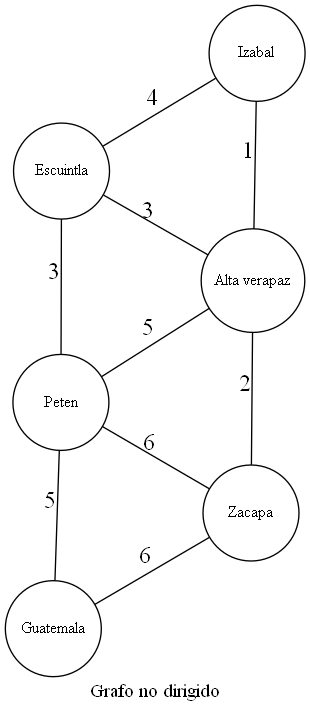
Above: FASE 3/GrafoNoDirigido.png in Henry2311/EDD_PROYECTO_202004810 (Graphviz), before the change. Its source is kept beside it as FASE 3/GrafoNoDirigido.dot. Source of this version:
```dot
digraph G {
node [shape="circle" width=1 fontsize=12]
layout = neato
edge [len=2.3 fontsize = 18]
label = "Grafo no dirigido"
nodo1[label = "Guatemala"];
nodo2[label = "Peten"];
nodo3[label = "Zacapa"];
nodo4[label = "Escuintla"];
nodo5[label = "Alta verapaz"];
nodo6[label = "Izabal"];

nodo1 -> nodo2[label = "5" arrowhead = none];
nodo1 -> nodo3[label = "6" arrowhead = none];
nodo3 -> nodo2[label = "6" arrowhead = none];
nodo2 -> nodo4[label = "3" arrowhead = none];
nodo2 -> nodo5[label = "5" arrowhead = none];
nodo3 -> nodo5[label = "2" arrowhead = none];
nodo4 -> nodo5[label = "3" arrowhead = none];
nodo4 -> nodo6[label = "4" arrowhead = none];
nodo5 -> nodo6[label = "1" arrowhead = none];

}
```
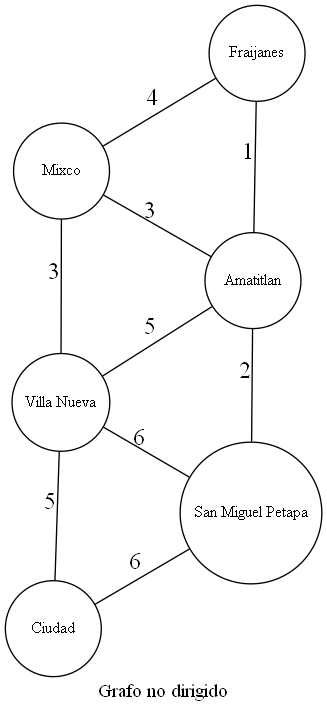
After the change.

What changed in the source:
```diff
@@ -3,12 +3,12 @@
 layout = neato
 edge [len=2.3 fontsize = 18]
 label = "Grafo no dirigido"
-nodo1[label = "Guatemala"];
-nodo2[label = "Peten"];
-nodo3[label = "Zacapa"];
-nodo4[label = "Escuintla"];
-nodo5[label = "Alta verapaz"];
-nodo6[label = "Izabal"];
+nodo1[label = "Ciudad"];
+nodo2[label = "Villa Nueva"];
+nodo3[label = "San Miguel Petapa"];
+nodo4[label = "Mixco"];
+nodo5[label = "Amatitlan"];
+nodo6[label = "Fraijanes"];
 
 nodo1 -> nodo2[label = "5" arrowhead = none];
 nodo1 -> nodo3[label = "6" arrowhead = none];
```
